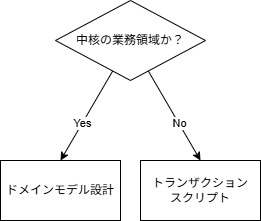
Before: documents/contents/images/app-architecture/overview/application-architecture-selection-flow-light.png, a diagram exported from draw.io (AlesInfiny/maris). Source tidied: cells renumbered, new cells last; positions are measured from the earlier drawing's top-left corner, leaving out a move shared by most shapes.
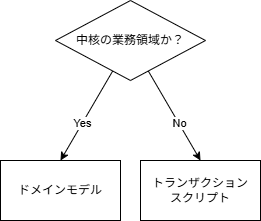
Above is the later version.

Change to the diagram source:
```diff
@@ -17,7 +17,7 @@
     <mxCell id="6" value="中核の業務領域か？" style="rhombus;whiteSpace=wrap;html=1;" parent="1" vertex="1">
       <mxGeometry x="55" width="150" height="80" as="geometry" />
     </mxCell>
-    <mxCell id="7" value="ドメインモデル設計" style="rounded=0;whiteSpace=wrap;html=1;" parent="1" vertex="1">
+    <mxCell id="7" value="ドメインモデル" style="rounded=0;whiteSpace=wrap;html=1;" parent="1" vertex="1">
       <mxGeometry y="160" width="120" height="60" as="geometry" />
     </mxCell>
     <mxCell id="8" value="トランザクション&lt;br&gt;スクリプト" style="rounded=0;whiteSpace=wrap;html=1;" parent="1" vertex="1">
```
